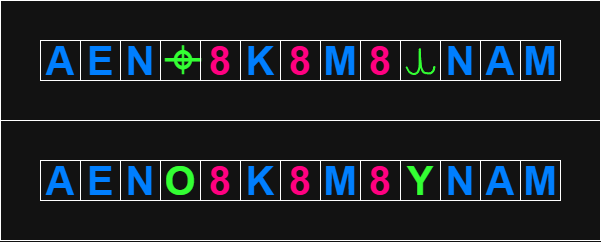
Before: media/Only_Z13_color.png, a diagram exported from draw.io (Nightlightsea/Z13_name). Source tidied: cells renumbered, new cells last; positions are measured from the earlier drawing's top-left corner, leaving out a move shared by most shapes.
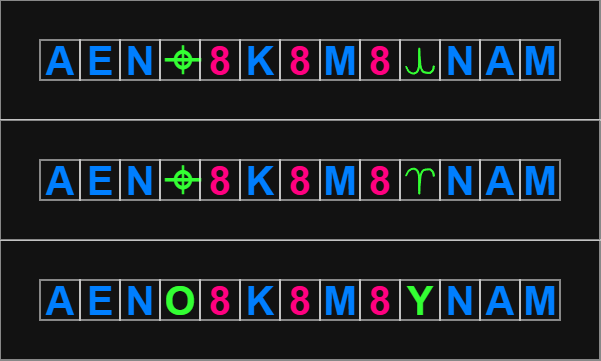
The same file after the commit.

What changed in the source:
```diff
@@ -48,46 +48,91 @@
       <mxGeometry x="405.7" y="48.2" width="28.6" height="25.8" as="geometry" />
     </mxCell>
     <mxCell id="17" style="rounded=0;whiteSpace=wrap;html=1;" parent="1" vertex="1">
-      <mxGeometry y="120" width="600" height="120" as="geometry" />
+      <mxGeometry y="240" width="600" height="120" as="geometry" />
     </mxCell>
     <mxCell id="18" value="A" style="text;html=1;whiteSpace=wrap;strokeColor=default;fillColor=none;align=center;verticalAlign=middle;rounded=0;fontSize=40;fontStyle=1;fontColor=#007FFF;" parent="1" vertex="1">
-      <mxGeometry x="40" y="160" width="40" height="40" as="geometry" />
+      <mxGeometry x="40" y="280" width="40" height="40" as="geometry" />
     </mxCell>
     <mxCell id="19" value="E" style="text;html=1;whiteSpace=wrap;strokeColor=default;fillColor=none;align=center;verticalAlign=middle;rounded=0;fontSize=40;fontStyle=1;fontColor=#007FFF;" parent="1" vertex="1">
-      <mxGeometry x="80" y="160" width="40" height="40" as="geometry" />
+      <mxGeometry x="80" y="280" width="40" height="40" as="geometry" />
     </mxCell>
     <mxCell id="20" value="N" style="text;html=1;whiteSpace=wrap;strokeColor=default;fillColor=none;align=center;verticalAlign=middle;rounded=0;fontSize=40;fontStyle=1;fontColor=#007FFF;" parent="1" vertex="1">
-      <mxGeometry x="120" y="160" width="40" height="40" as="geometry" />
+      <mxGeometry x="120" y="280" width="40" height="40" as="geometry" />
     </mxCell>
     <mxCell id="21" value="8" style="text;html=1;whiteSpace=wrap;strokeColor=default;fillColor=none;align=center;verticalAlign=middle;rounded=0;fontSize=40;fontStyle=1;fontColor=#FF0080;" parent="1" vertex="1">
-      <mxGeometry x="200" y="160" width="40" height="40" as="geometry" />
+      <mxGeometry x="200" y="280" width="40" height="40" as="geometry" />
     </mxCell>
     <mxCell id="22" value="K" style="text;html=1;whiteSpace=wrap;strokeColor=default;fillColor=none;align=center;verticalAlign=middle;rounded=0;fontSize=40;fontStyle=1;fontColor=#007FFF;" parent="1" vertex="1">
-      <mxGeometry x="240" y="160" width="40" height="40" as="geometry" />
+      <mxGeometry x="240" y="280" width="40" height="40" as="geometry" />
     </mxCell>
     <mxCell id="23" value="8" style="text;html=1;whiteSpace=wrap;strokeColor=default;fillColor=none;align=center;verticalAlign=middle;rounded=0;fontSize=40;fontStyle=1;fontColor=#FF0080;" parent="1" vertex="1">
-      <mxGeometry x="280" y="160" width="40" height="40" as="geometry" />
+      <mxGeometry x="280" y="280" width="40" height="40" as="geometry" />
     </mxCell>
     <mxCell id="24" value="M" style="text;html=1;whiteSpace=wrap;strokeColor=default;fillColor=none;align=center;verticalAlign=middle;rounded=0;fontSize=40;fontStyle=1;fontColor=#007FFF;" parent="1" vertex="1">
-      <mxGeometry x="320" y="160" width="40" height="40" as="geometry" />
+      <mxGeometry x="320" y="280" width="40" height="40" as="geometry" />
     </mxCell>
     <mxCell id="25" value="8" style="text;html=1;whiteSpace=wrap;strokeColor=default;fillColor=none;align=center;verticalAlign=middle;rounded=0;fontSize=40;fontStyle=1;fontColor=#FF0080;" parent="1" vertex="1">
-      <mxGeometry x="360" y="160" width="40" height="40" as="geometry" />
+      <mxGeometry x="360" y="280" width="40" height="40" as="geometry" />
     </mxCell>
     <mxCell id="26" value="N" style="text;html=1;whiteSpace=wrap;strokeColor=default;fillColor=none;align=center;verticalAlign=middle;rounded=0;fontSize=40;fontStyle=1;fontColor=#007FFF;" parent="1" vertex="1">
-      <mxGeometry x="440" y="160" width="40" height="40" as="geometry" />
+      <mxGeometry x="440" y="280" width="40" height="40" as="geometry" />
     </mxCell>
     <mxCell id="27" value="A" style="text;html=1;whiteSpace=wrap;strokeColor=default;fillColor=none;align=center;verticalAlign=middle;rounded=0;fontSize=40;fontStyle=1;fontColor=#007FFF;" parent="1" vertex="1">
-      <mxGeometry x="480" y="160" width="40" height="40" as="geometry" />
+      <mxGeometry x="480" y="280" width="40" height="40" as="geometry" />
     </mxCell>
     <mxCell id="28" value="M" style="text;html=1;whiteSpace=wrap;strokeColor=default;fillColor=none;align=center;verticalAlign=middle;rounded=0;fontSize=40;fontStyle=1;fontColor=#007FFF;" parent="1" vertex="1">
-      <mxGeometry x="520" y="160" width="40" height="40" as="geometry" />
+      <mxGeometry x="520" y="280" width="40" height="40" as="geometry" />
     </mxCell>
     <mxCell id="29" value="O" style="text;html=1;whiteSpace=wrap;strokeColor=default;fillColor=none;align=center;verticalAlign=middle;rounded=0;fontSize=40;fontStyle=1;fontColor=#33FF33;" parent="1" vertex="1">
-      <mxGeometry x="160" y="160" width="40" height="40" as="geometry" />
+      <mxGeometry x="160" y="280" width="40" height="40" as="geometry" />
     </mxCell>
     <mxCell id="30" value="Y" style="text;html=1;whiteSpace=wrap;strokeColor=default;fillColor=none;align=center;verticalAlign=middle;rounded=0;fontSize=40;fontStyle=1;fontColor=#33FF33;" parent="1" vertex="1">
-      <mxGeometry x="400" y="160" width="40" height="40" as="geometry" />
+      <mxGeometry x="400" y="280" width="40" height="40" as="geometry" />
     </mxCell>
+    <mxCell id="31" style="rounded=0;whiteSpace=wrap;html=1;" parent="1" vertex="1">
+      <mxGeometry y="120" width="600" height="120" as="geometry" />
+    </mxCell>
+    <mxCell id="32" value="A" style="text;html=1;whiteSpace=wrap;strokeColor=default;fillColor=none;align=center;verticalAlign=middle;rounded=0;fontSize=40;fontStyle=1;fontColor=#007FFF;" parent="1" vertex="1">
+      <mxGeometry x="40" y="160" width="40" height="40" as="geometry" />
+    </mxCell>
+    <mxCell id="33" value="E" style="text;html=1;whiteSpace=wrap;strokeColor=default;fillColor=none;align=center;verticalAlign=middle;rounded=0;fontSize=40;fontStyle=1;fontColor=#007FFF;" parent="1" vertex="1">
+      <mxGeometry x="80" y="160" width="40" height="40" as="geometry" />
+    </mxCell>
+    <mxCell id="34" value="N" style="text;html=1;whiteSpace=wrap;strokeColor=default;fillColor=none;align=center;verticalAlign=middle;rounded=0;fontSize=40;fontStyle=1;fontColor=#007FFF;" parent="1" vertex="1">
+      <mxGeometry x="120" y="160" width="40" height="40" as="geometry" />
+    </mxCell>
+    <mxCell id="35" value="⌖" style="text;html=1;whiteSpace=wrap;strokeColor=default;fillColor=none;align=center;verticalAlign=middle;rounded=0;fontSize=67;fontStyle=1;horizontal=0;fontColor=#33FF33;" parent="1" vertex="1">
+      <mxGeometry x="160" y="160" width="40" height="40" as="geometry" />
+    </mxCell>
+    <mxCell id="36" value="8" style="text;html=1;whiteSpace=wrap;strokeColor=default;fillColor=none;align=center;verticalAlign=middle;rounded=0;fontSize=40;fontStyle=1;fontColor=#FF0080;" parent="1" vertex="1">
+      <mxGeometry x="200" y="160" width="40" height="40" as="geometry" />
+    </mxCell>
+    <mxCell id="37" value="K" style="text;html=1;whiteSpace=wrap;strokeColor=default;fillColor=none;align=center;verticalAlign=middle;rounded=0;fontSize=40;fontStyle=1;fontColor=#007FFF;" parent="1" vertex="1">
+      <mxGeometry x="240" y="160" width="40" height="40" as="geometry" />
+    </mxCell>
+    <mxCell id="38" value="8" style="text;html=1;whiteSpace=wrap;strokeColor=default;fillColor=none;align=center;verticalAlign=middle;rounded=0;fontSize=40;fontStyle=1;fontColor=#FF0080;" parent="1" vertex="1">
+      <mxGeometry x="280" y="160" width="40" height="40" as="geometry" />
+    </mxCell>
+    <mxCell id="39" value="M" style="text;html=1;whiteSpace=wrap;strokeColor=default;fillColor=none;align=center;verticalAlign=middle;rounded=0;fontSize=40;fontStyle=1;fontColor=#007FFF;" parent="1" vertex="1">
+      <mxGeometry x="320" y="160" width="40" height="40" as="geometry" />
+    </mxCell>
+    <mxCell id="40" value="8" style="text;html=1;whiteSpace=wrap;strokeColor=default;fillColor=none;align=center;verticalAlign=middle;rounded=0;fontSize=40;fontStyle=1;fontColor=#FF0080;" parent="1" vertex="1">
+      <mxGeometry x="360" y="160" width="40" height="40" as="geometry" />
+    </mxCell>
+    <mxCell id="41" value="N" style="text;html=1;whiteSpace=wrap;strokeColor=default;fillColor=none;align=center;verticalAlign=middle;rounded=0;fontSize=40;fontStyle=1;fontColor=#007FFF;" parent="1" vertex="1">
+      <mxGeometry x="440" y="160" width="40" height="40" as="geometry" />
+    </mxCell>
+    <mxCell id="42" value="A" style="text;html=1;whiteSpace=wrap;strokeColor=default;fillColor=none;align=center;verticalAlign=middle;rounded=0;fontSize=40;fontStyle=1;fontColor=#007FFF;" parent="1" vertex="1">
+      <mxGeometry x="480" y="160" width="40" height="40" as="geometry" />
+    </mxCell>
+    <mxCell id="43" value="M" style="text;html=1;whiteSpace=wrap;strokeColor=default;fillColor=none;align=center;verticalAlign=middle;rounded=0;fontSize=40;fontStyle=1;fontColor=#007FFF;" parent="1" vertex="1">
+      <mxGeometry x="520" y="160" width="40" height="40" as="geometry" />
+    </mxCell>
+    <mxCell id="44" style="rounded=0;whiteSpace=wrap;html=1;fillColor=none;strokeColor=default;" parent="1" vertex="1">
+      <mxGeometry x="400" y="160" width="40" height="40" as="geometry" />
+    </mxCell>
+    <mxCell id="45" style="shape=(stored shape, 2928 characters);lineShape=1;strokeColor=#33FF33;flipV=1;legacyAnchorPoints=0;" parent="1" vertex="1">
+      <mxGeometry x="405.7" y="168.2" width="28.6" height="25.8" as="geometry" />
+    </mxCell>
   </root>
 </mxGraphModel>
```
